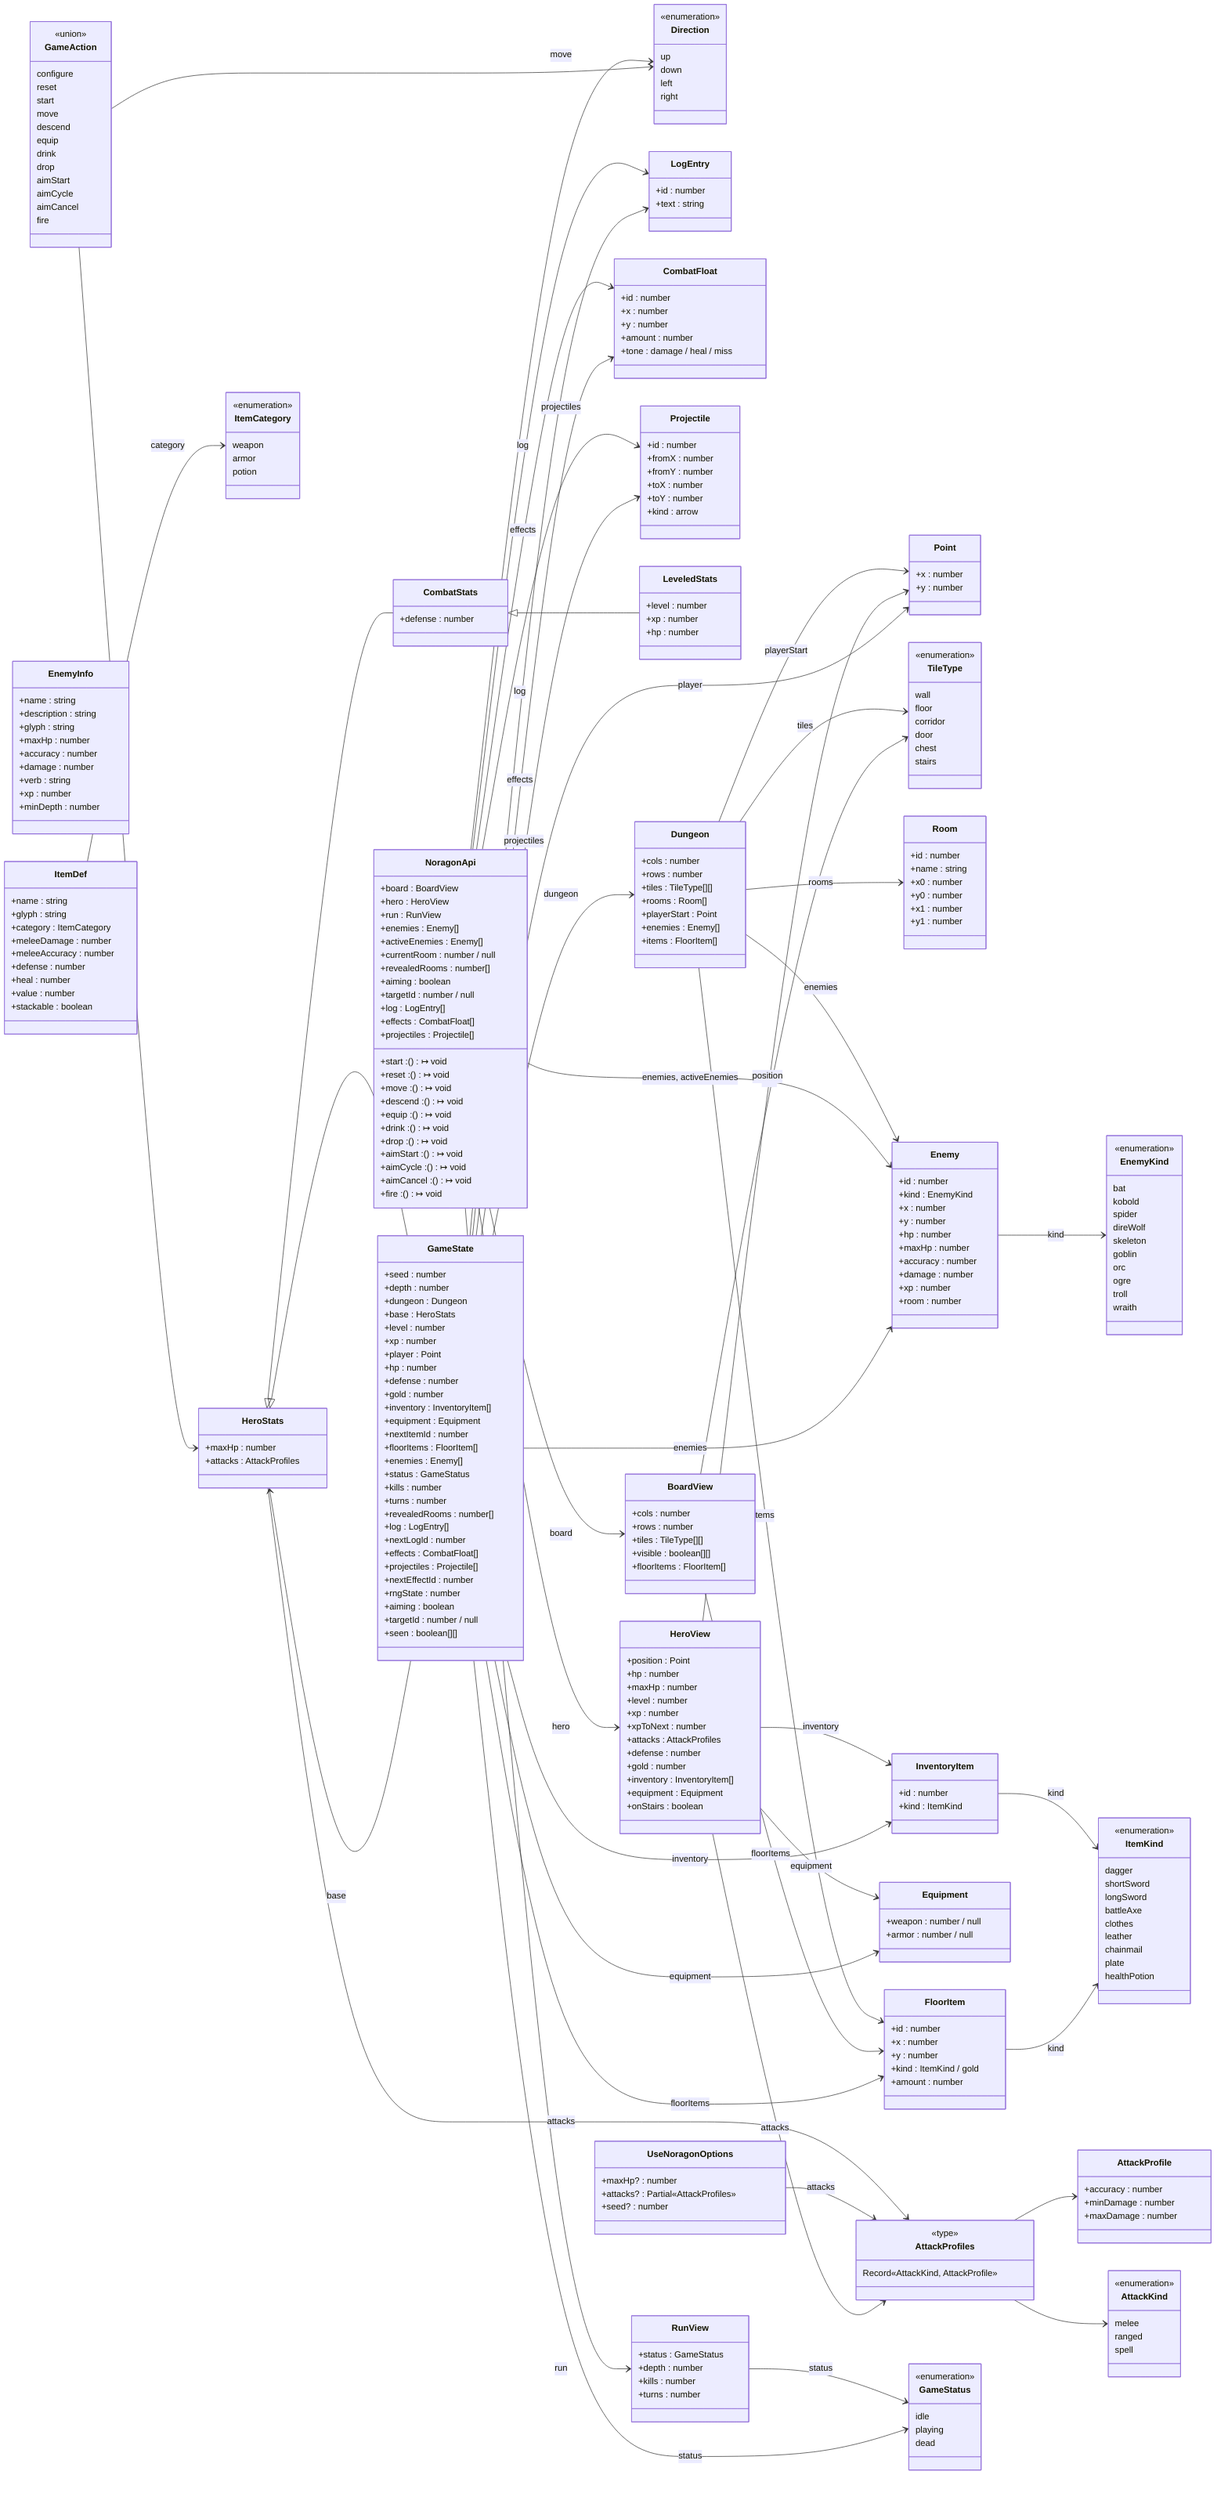
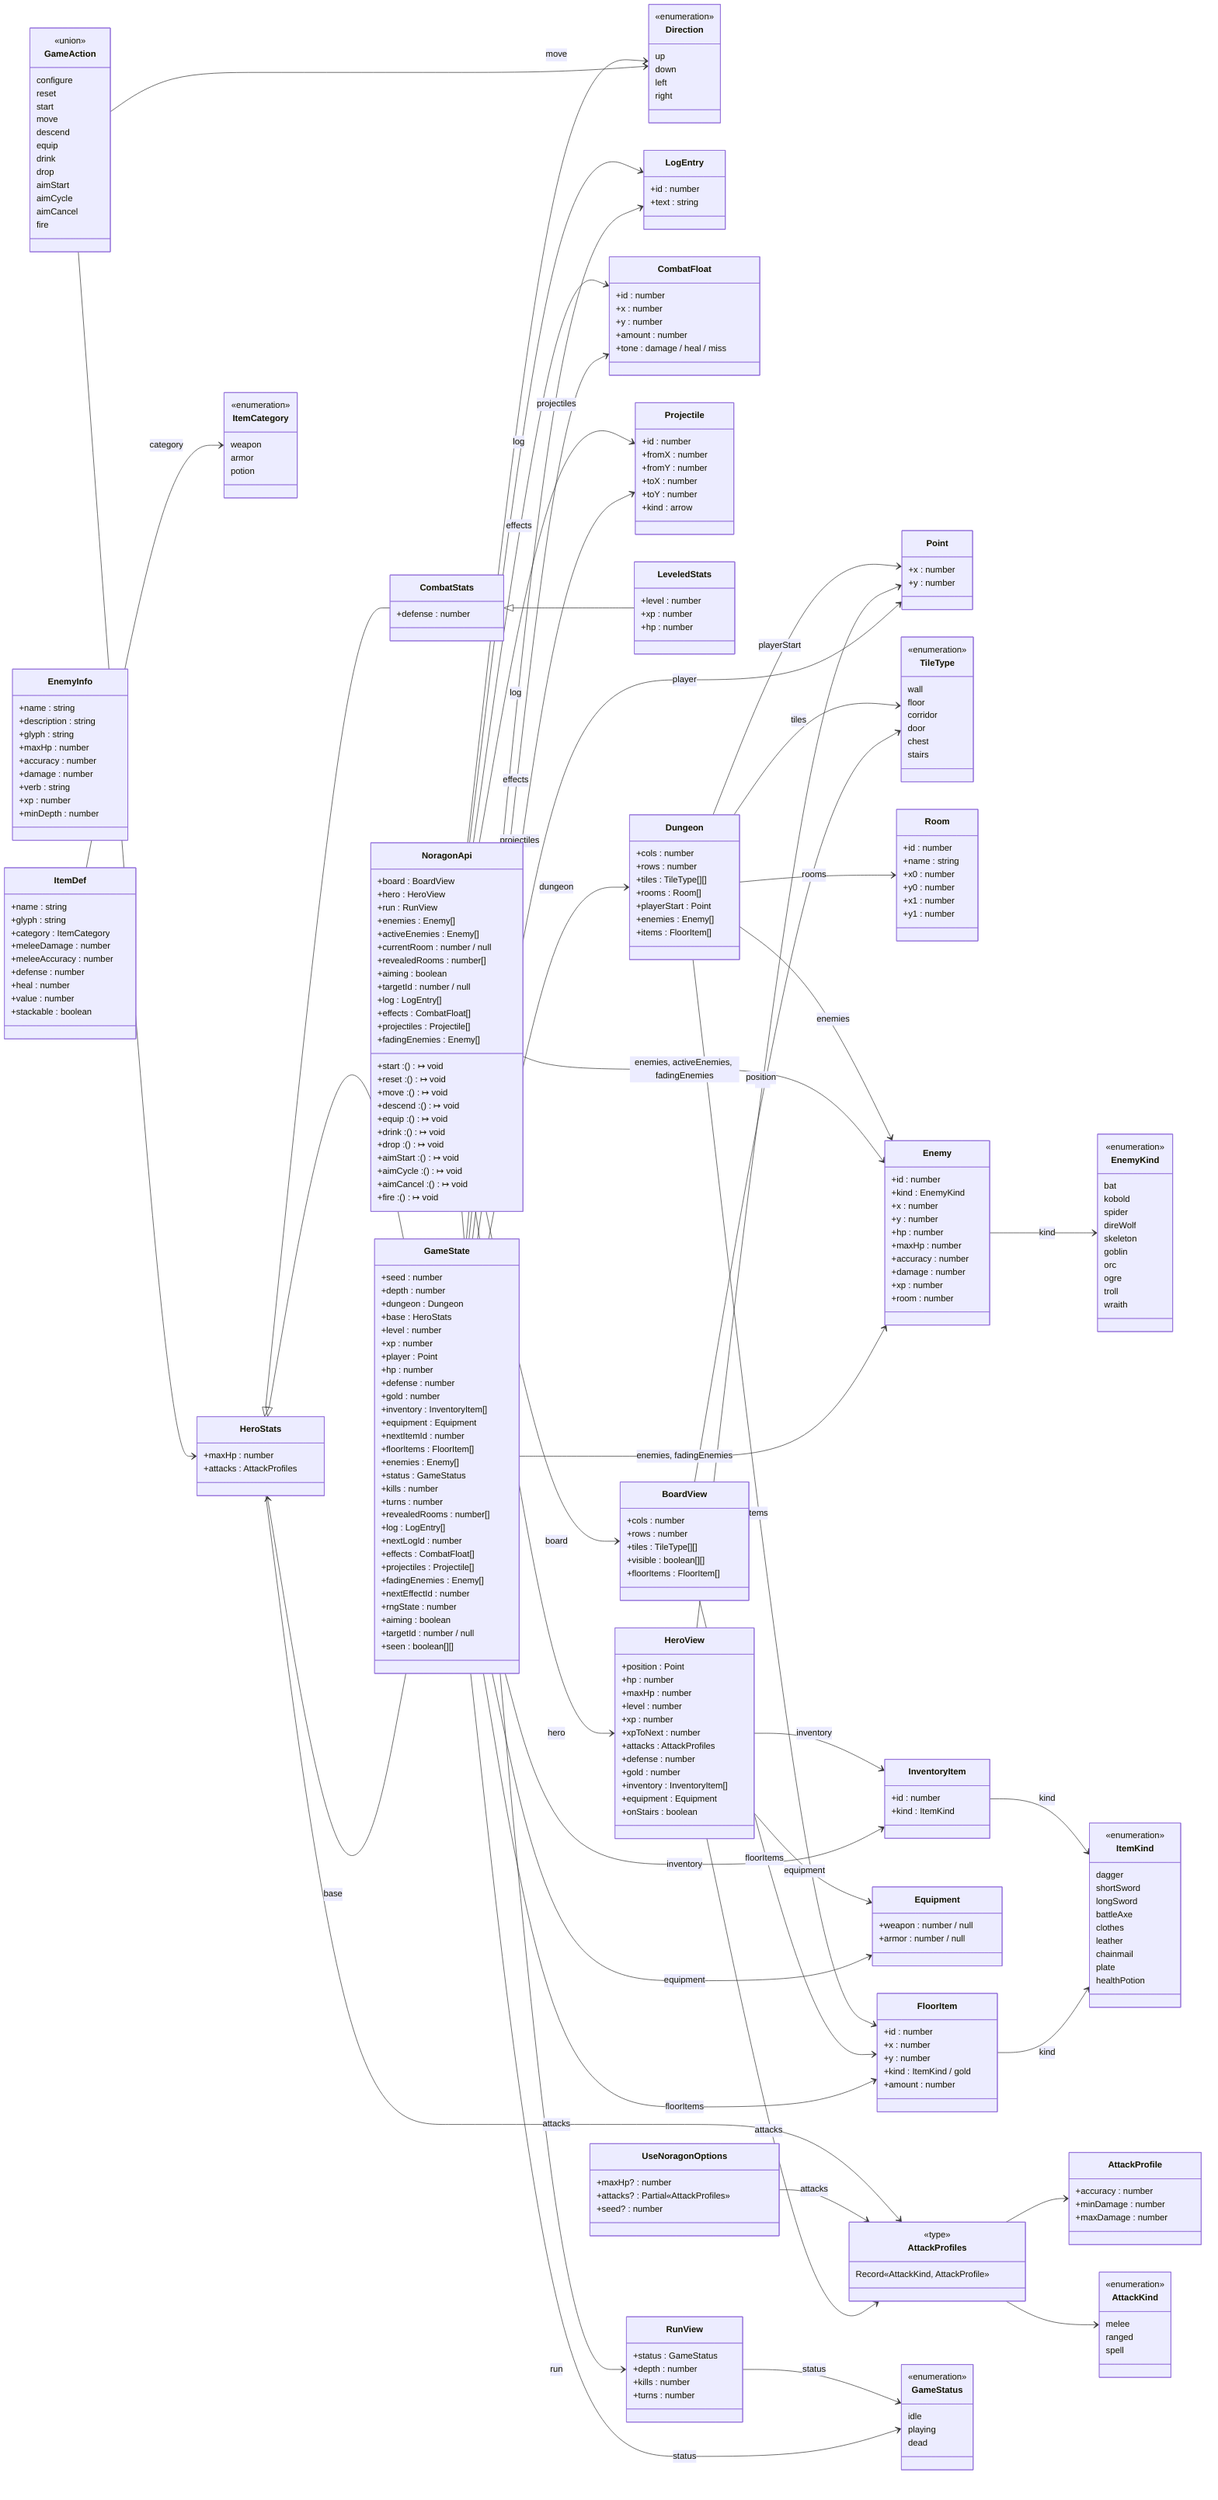
classDiagram
  direction LR
  class Point {
    +x : number
    +y : number
  }
  class Direction {
    <<enumeration>>
    up
    down
    left
    right
  }
  class TileType {
    <<enumeration>>
    wall
    floor
    corridor
    door
    chest
    stairs
  }
  class Room {
    +id : number
    +name : string
    +x0 : number
    +y0 : number
    +x1 : number
    +y1 : number
  }
  class LogEntry {
    +id : number
    +text : string
  }
  class CombatFloat {
    +id : number
    +x : number
    +y : number
    +amount : number
    +tone : damage / heal / miss
  }
  class Projectile {
    +id : number
    +fromX : number
    +fromY : number
    +toX : number
    +toY : number
    +kind : arrow
  }
  class InventoryItem {
    +id : number
    +kind : ItemKind
  }
  class FloorItem {
    +id : number
    +x : number
    +y : number
    +kind : ItemKind / gold
    +amount : number
  }
  class Equipment {
    +weapon : number / null
    +armor : number / null
  }
  class AttackKind {
    <<enumeration>>
    melee
    ranged
    spell
  }
  class AttackProfile {
    +accuracy : number
    +minDamage : number
    +maxDamage : number
  }
  class AttackProfiles {
    <<type>>
    Record«AttackKind, AttackProfile»
  }
  class Enemy {
    +id : number
    +kind : EnemyKind
    +x : number
    +y : number
    +hp : number
    +maxHp : number
    +accuracy : number
    +damage : number
    +xp : number
    +room : number
  }
  class GameStatus {
    <<enumeration>>
    idle
    playing
    dead
  }
  class HeroStats {
    +maxHp : number
    +attacks : AttackProfiles
  }
  class CombatStats {
    +defense : number
  }
  class LeveledStats {
    +level : number
    +xp : number
    +hp : number
  }
  class Dungeon {
    +cols : number
    +rows : number
    +tiles : TileType[][]
    +rooms : Room[]
    +playerStart : Point
    +enemies : Enemy[]
    +items : FloorItem[]
  }
  class UseNoragonOptions {
    +maxHp? : number
    +attacks? : Partial«AttackProfiles»
    +seed? : number
  }
  class BoardView {
    +cols : number
    +rows : number
    +tiles : TileType[][]
    +visible : boolean[][]
    +floorItems : FloorItem[]
  }
  class HeroView {
    +position : Point
    +hp : number
    +maxHp : number
    +level : number
    +xp : number
    +xpToNext : number
    +attacks : AttackProfiles
    +defense : number
    +gold : number
    +inventory : InventoryItem[]
    +equipment : Equipment
    +onStairs : boolean
  }
  class RunView {
    +status : GameStatus
    +depth : number
    +kills : number
    +turns : number
  }
  class NoragonApi {
    +board : BoardView
    +hero : HeroView
    +run : RunView
    +enemies : Enemy[]
    +activeEnemies : Enemy[]
    +currentRoom : number / null
    +revealedRooms : number[]
    +aiming : boolean
    +targetId : number / null
    +log : LogEntry[]
    +effects : CombatFloat[]
    +projectiles : Projectile[]
+     +fadingEnemies : Enemy[]
    +start : () ↦ void
    +reset : () ↦ void
    +move : () ↦ void
    +descend : () ↦ void
    +equip : () ↦ void
    +drink : () ↦ void
    +drop : () ↦ void
    +aimStart : () ↦ void
    +aimCycle : () ↦ void
    +aimCancel : () ↦ void
    +fire : () ↦ void
  }
  class GameState {
    +seed : number
    +depth : number
    +dungeon : Dungeon
    +base : HeroStats
    +level : number
    +xp : number
    +player : Point
    +hp : number
    +defense : number
    +gold : number
    +inventory : InventoryItem[]
    +equipment : Equipment
    +nextItemId : number
    +floorItems : FloorItem[]
    +enemies : Enemy[]
    +status : GameStatus
    +kills : number
    +turns : number
    +revealedRooms : number[]
    +log : LogEntry[]
    +nextLogId : number
    +effects : CombatFloat[]
    +projectiles : Projectile[]
+     +fadingEnemies : Enemy[]
    +nextEffectId : number
    +rngState : number
    +aiming : boolean
    +targetId : number / null
    +seen : boolean[][]
  }
  class GameAction {
    <<union>>
    configure
    reset
    start
    move
    descend
    equip
    drink
    drop
    aimStart
    aimCycle
    aimCancel
    fire
  }
  class EnemyKind {
    <<enumeration>>
    bat
    kobold
    spider
    direWolf
    skeleton
    goblin
    orc
    ogre
    troll
    wraith
  }
  class EnemyInfo {
    +name : string
    +description : string
    +glyph : string
    +maxHp : number
    +accuracy : number
    +damage : number
    +verb : string
    +xp : number
    +minDepth : number
  }
  class ItemCategory {
    <<enumeration>>
    weapon
    armor
    potion
  }
  class ItemKind {
    <<enumeration>>
    dagger
    shortSword
    longSword
    battleAxe
    clothes
    leather
    chainmail
    plate
    healthPotion
  }
  class ItemDef {
    +name : string
    +glyph : string
    +category : ItemCategory
    +meleeDamage : number
    +meleeAccuracy : number
    +defense : number
    +heal : number
    +value : number
    +stackable : boolean
  }
  InventoryItem --> ItemKind : kind
  FloorItem --> ItemKind : kind
  AttackProfiles --> AttackKind
  AttackProfiles --> AttackProfile
  Enemy --> EnemyKind : kind
  HeroStats --> AttackProfiles : attacks
  HeroStats <|-- CombatStats
  CombatStats <|-- LeveledStats
  Dungeon --> TileType : tiles
  Dungeon --> Room : rooms
  Dungeon --> Point : playerStart
  Dungeon --> Enemy : enemies
  Dungeon --> FloorItem : items
  UseNoragonOptions --> AttackProfiles : attacks
  BoardView --> TileType : tiles
  BoardView --> FloorItem : floorItems
  HeroView --> Point : position
  HeroView --> AttackProfiles : attacks
  HeroView --> InventoryItem : inventory
  HeroView --> Equipment : equipment
  RunView --> GameStatus : status
  NoragonApi --> BoardView : board
  NoragonApi --> HeroView : hero
  NoragonApi --> RunView : run
-   NoragonApi --> Enemy : enemies, activeEnemies
+   NoragonApi --> Enemy : enemies, activeEnemies, fadingEnemies
  NoragonApi --> LogEntry : log
  NoragonApi --> CombatFloat : effects
  NoragonApi --> Projectile : projectiles
  NoragonApi --> Direction : move
  HeroStats <|-- GameState
  GameState --> Dungeon : dungeon
  GameState --> HeroStats : base
  GameState --> Point : player
  GameState --> InventoryItem : inventory
  GameState --> Equipment : equipment
  GameState --> FloorItem : floorItems
-   GameState --> Enemy : enemies
+   GameState --> Enemy : enemies, fadingEnemies
  GameState --> GameStatus : status
  GameState --> LogEntry : log
  GameState --> CombatFloat : effects
  GameState --> Projectile : projectiles
  GameAction --> HeroStats
  GameAction --> Direction
  ItemDef --> ItemCategory : category
